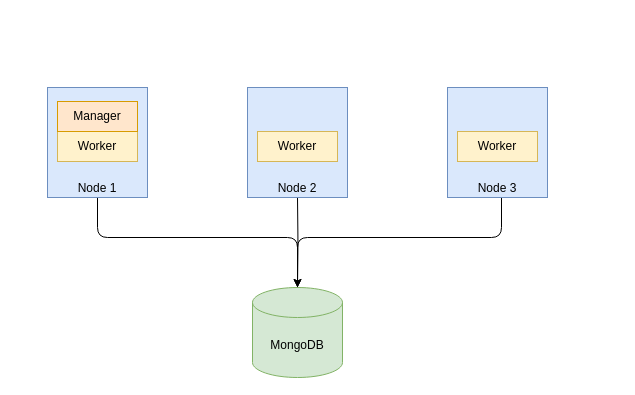
This is docs/sysagent.drawio from it-blueprints/sysagent, a draw.io file, before an edit. Source tidied: cells renumbered, new cells numbered last; positions are measured from the earlier drawing's top-left corner, leaving out a move shared by most shapes. Both pictures are drawn from the tidied source at 100%, with x=0, y=0 at pixel (47, 87).
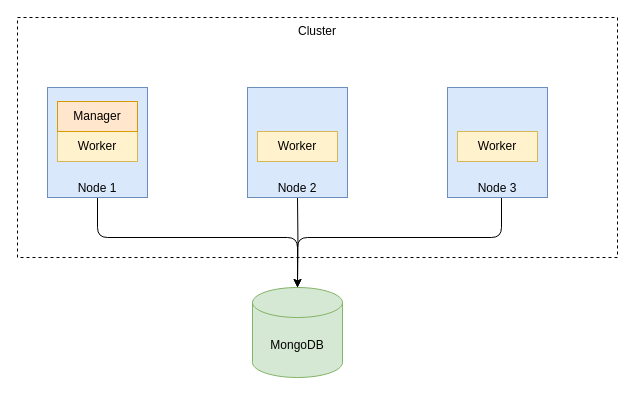
Above is the later version.

Change to the diagram source:
```diff
@@
 <mxGraphModel>
   <root>
     <mxCell id="0" />
     <mxCell id="1" parent="0" />
+    <mxCell id="13" value="Cluster" style="rounded=0;whiteSpace=wrap;html=1;dashed=1;verticalAlign=top;" parent="1" vertex="1">
+      <mxGeometry x="-30" y="-70" width="600" height="240" as="geometry" />
+    </mxCell>
     <mxCell id="2" style="edgeStyle=orthogonalEdgeStyle;rounded=1;jettySize=auto;html=1;entryX=0.5;entryY=0;entryDx=0;entryDy=0;entryPerimeter=0;exitX=0.5;exitY=1;exitDx=0;exitDy=0;" parent="1" edge="1" source="3" target="6">
       <mxGeometry relative="1" as="geometry">
         <Array as="points">
           <mxPoint x="50" y="150" />
           <mxPoint x="250" y="150" />
         </Array>
       </mxGeometry>
     </mxCell>
     <mxCell id="3" value="Node 1" style="rounded=0;whiteSpace=wrap;html=1;verticalAlign=bottom;fillColor=#dae8fc;strokeColor=#6c8ebf;" parent="1" vertex="1">
       <mxGeometry width="100" height="110" as="geometry" />
     </mxCell>
     <mxCell id="4" style="edgeStyle=orthogonalEdgeStyle;rounded=1;jettySize=auto;html=1;entryX=0.5;entryY=0;entryDx=0;entryDy=0;entryPerimeter=0;" parent="1" edge="1" target="6">
       <mxGeometry relative="1" as="geometry">
         <mxPoint x="250" y="110" as="sourcePoint" />
       </mxGeometry>
     </mxCell>
     <mxCell id="5" style="edgeStyle=orthogonalEdgeStyle;rounded=1;orthogonalLoop=1;jettySize=auto;html=1;" parent="1" edge="1">
       <mxGeometry relative="1" as="geometry">
         <mxPoint x="454" y="110" as="sourcePoint" />
         <mxPoint x="250" y="220" as="targetPoint" />
         <Array as="points">
           <mxPoint x="454" y="150" />
           <mxPoint x="250" y="150" />
         </Array>
       </mxGeometry>
     </mxCell>
     <mxCell id="6" value="MongoDB" style="shape=cylinder3;whiteSpace=wrap;html=1;boundedLbl=1;backgroundOutline=1;size=15;fillColor=#d5e8d4;strokeColor=#82b366;" parent="1" vertex="1">
       <mxGeometry x="205" y="200" width="90" height="90" as="geometry" />
     </mxCell>
     <mxCell id="7" value="Worker" style="rounded=0;whiteSpace=wrap;html=1;fillColor=#fff2cc;strokeColor=#d6b656;" parent="1" vertex="1">
       <mxGeometry x="10" y="44" width="80" height="30" as="geometry" />
     </mxCell>
     <mxCell id="8" value="Manager" style="rounded=0;whiteSpace=wrap;html=1;fillColor=#ffe6cc;strokeColor=#d79b00;" parent="1" vertex="1">
       <mxGeometry x="10" y="14" width="80" height="30" as="geometry" />
     </mxCell>
     <mxCell id="9" value="Node 2" style="rounded=0;whiteSpace=wrap;html=1;verticalAlign=bottom;fillColor=#dae8fc;strokeColor=#6c8ebf;" parent="1" vertex="1">
       <mxGeometry x="200" width="100" height="110" as="geometry" />
     </mxCell>
     <mxCell id="10" value="Worker" style="rounded=0;whiteSpace=wrap;html=1;fillColor=#fff2cc;strokeColor=#d6b656;" parent="1" vertex="1">
       <mxGeometry x="210" y="44" width="80" height="30" as="geometry" />
     </mxCell>
     <mxCell id="11" value="Node 3" style="rounded=0;whiteSpace=wrap;html=1;verticalAlign=bottom;fillColor=#dae8fc;strokeColor=#6c8ebf;" parent="1" vertex="1">
       <mxGeometry x="400" width="100" height="110" as="geometry" />
     </mxCell>
     <mxCell id="12" value="Worker" style="rounded=0;whiteSpace=wrap;html=1;fillColor=#fff2cc;strokeColor=#d6b656;" parent="1" vertex="1">
       <mxGeometry x="410" y="44" width="80" height="30" as="geometry" />
     </mxCell>
   </root>
 </mxGraphModel>
```
